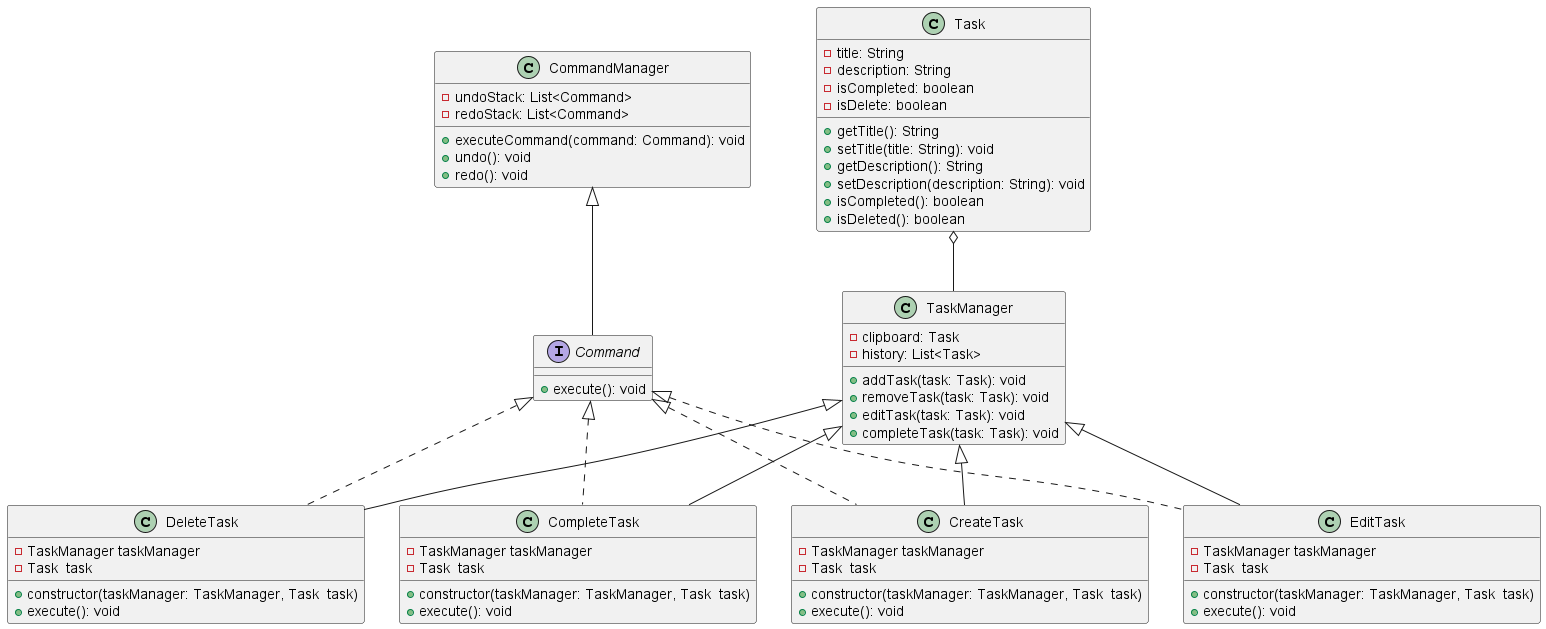
This is src/main/java/com/p3/diagrama-clases.png from jhonnnier/unisabana-grupo2, a PlantUML export, as it was before one commit. Its diagram source:
```plantuml
@startuml
interface Command {

  + execute(): void

}
class CommandManager {
    - undoStack: List<Command>
    - redoStack: List<Command>
    + executeCommand(command: Command): void
    + undo(): void
    + redo(): void
}
class TaskManager{

    - clipboard: Task
    - history: List<Task>
    + addTask(task: Task): void
    + removeTask(task: Task): void
    + editTask(task: Task): void
    + completeTask(task: Task): void
}

class Task {
    - title: String
    - description: String
    - isCompleted: boolean
    - isDelete: boolean
    + getTitle(): String
    + setTitle(title: String): void
    + getDescription(): String
    + setDescription(description: String): void
    + isCompleted(): boolean
    + isDeleted(): boolean

}

class CreateTask implements Command {
-  TaskManager taskManager
- Task  task
 + constructor(taskManager: TaskManager, Task  task)
 + execute(): void



}

class EditTask implements Command {
   -  TaskManager taskManager
   - Task  task
    + constructor(taskManager: TaskManager, Task  task)
   + execute(): void
}


class DeleteTask implements Command  {
 -  TaskManager taskManager
 - Task  task
  + constructor(taskManager: TaskManager, Task  task)
 + execute(): void
}


class CompleteTask implements Command {
   -  TaskManager taskManager
   - Task  task
    + constructor(taskManager: TaskManager, Task  task)
   + execute(): void
}

Task o-- TaskManager
TaskManager <|-- CreateTask
TaskManager <|-- EditTask
TaskManager <|-- DeleteTask
TaskManager <|-- CompleteTask
CommandManager <|-- Command

@enduml
```
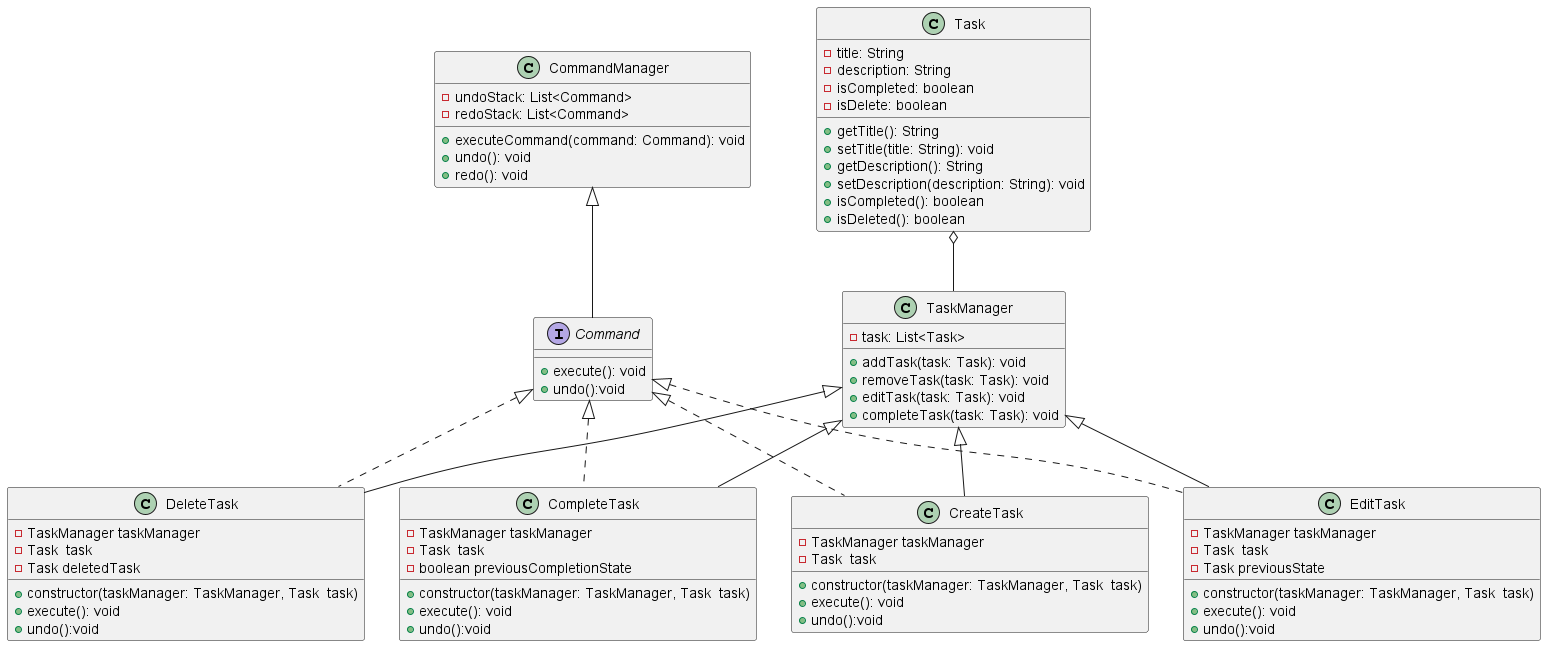
Later version of the same file.

The edit, as a diff of the source:
```diff
@@ -2,6 +2,7 @@
 interface Command {
 
   + execute(): void
+  + undo():void
 
 }
 class CommandManager {
@@ -13,8 +14,8 @@
 }
 class TaskManager{
 
-    - clipboard: Task
-    - history: List<Task>
+
+    - task: List<Task>
     + addTask(task: Task): void
     + removeTask(task: Task): void
     + editTask(task: Task): void
@@ -40,6 +41,7 @@
 - Task  task
  + constructor(taskManager: TaskManager, Task  task)
  + execute(): void
++ undo():void
 
 
 
@@ -48,24 +50,30 @@
 class EditTask implements Command {
    -  TaskManager taskManager
    - Task  task
+   - Task previousState
     + constructor(taskManager: TaskManager, Task  task)
    + execute(): void
+   + undo():void
 }
 
 
 class DeleteTask implements Command  {
  -  TaskManager taskManager
  - Task  task
+ - Task deletedTask
   + constructor(taskManager: TaskManager, Task  task)
  + execute(): void
+ + undo():void
 }
 
 
 class CompleteTask implements Command {
    -  TaskManager taskManager
    - Task  task
+   - boolean previousCompletionState
     + constructor(taskManager: TaskManager, Task  task)
    + execute(): void
+   + undo():void
 }
 
 Task o-- TaskManager
```
